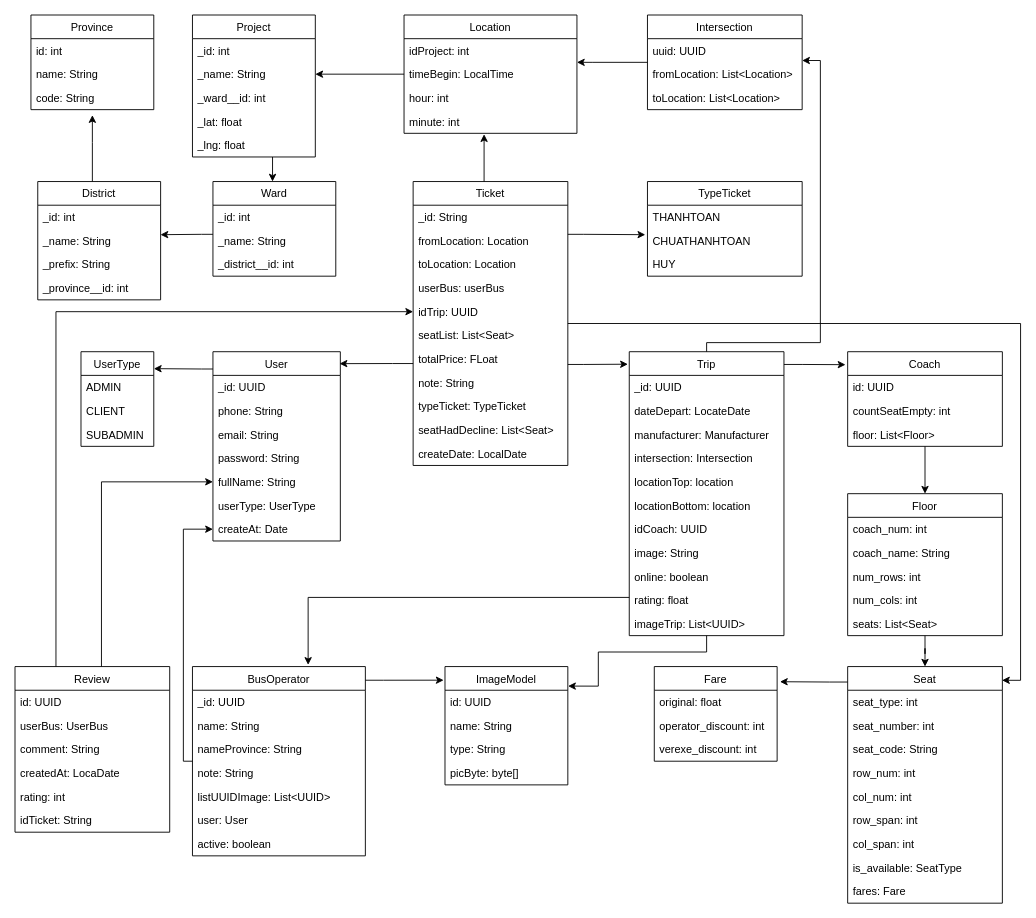
Above: Untitled Diagram.drawio in quannguyen1999/manage-disks (draw.io), before the change. Source tidied: cells renumbered, new cells numbered last; positions are measured from the earlier drawing's top-left corner, leaving out a move shared by most shapes. Both pictures are drawn from the tidied source at 91%, with x=0, y=0 at pixel (15, 15).
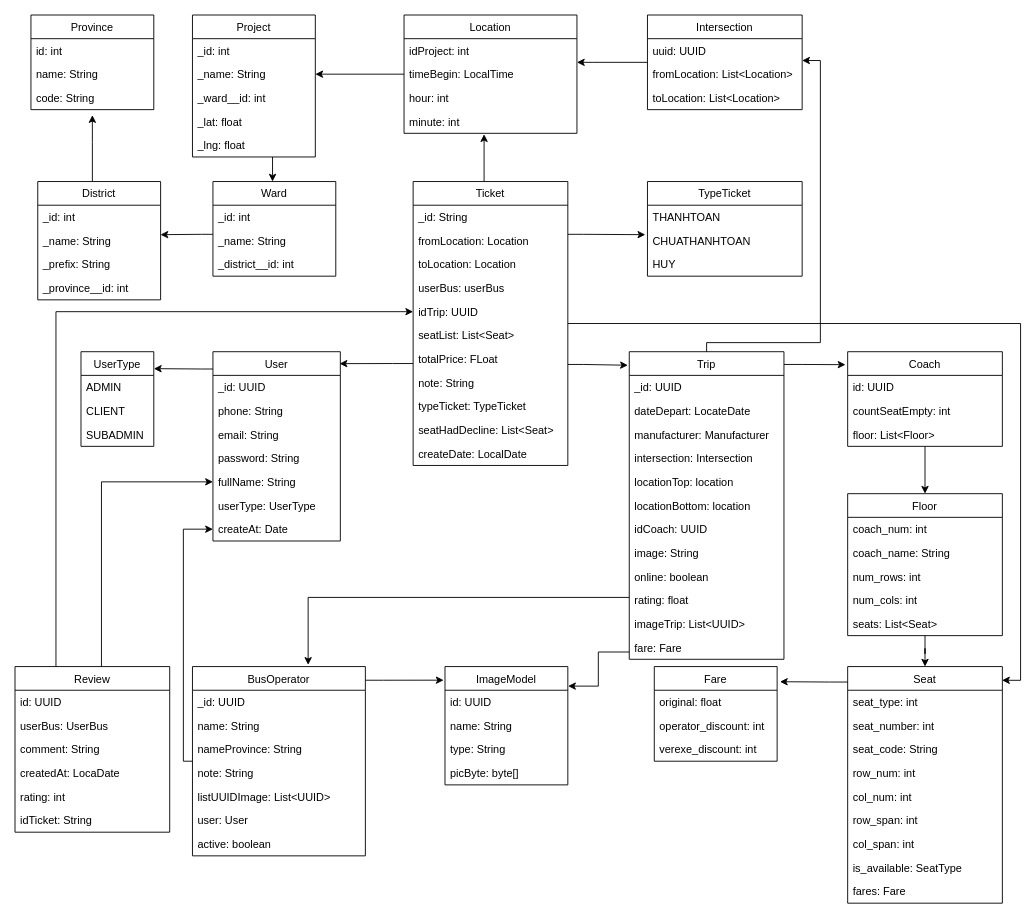
The same diagram, later.

What changed in the source:
```diff
@@
     <mxCell id="85" value="Trip" style="swimlane;fontStyle=0;horizontal=1;startSize=26;fillColor=none;" parent="1" vertex="1">
-      <mxGeometry x="675" y="370" width="170" height="312" as="geometry" />
+      <mxGeometry x="675" y="370" width="170" height="338" as="geometry" />
     </mxCell>
@@
+    <mxCell id="136" value="fare: Fare" style="text;strokeColor=none;fillColor=none;align=left;verticalAlign=top;spacingLeft=4;spacingRight=4;overflow=hidden;" parent="85" vertex="1">
+      <mxGeometry y="312" width="170" height="26" as="geometry" />
+    </mxCell>
```
